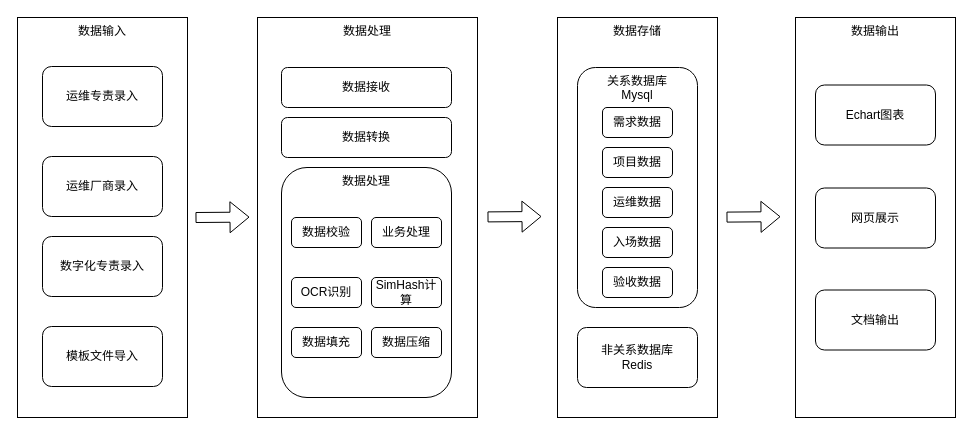
This is 信息运维数据架构.drawio from diaosinanshen/draw, a draw.io file, before an edit. Source tidied: cells renumbered, new cells numbered last; positions are measured from the earlier drawing's top-left corner, leaving out a move shared by most shapes. Both pictures are drawn from the tidied source at 100%, with x=0, y=0 at pixel (17, 17).
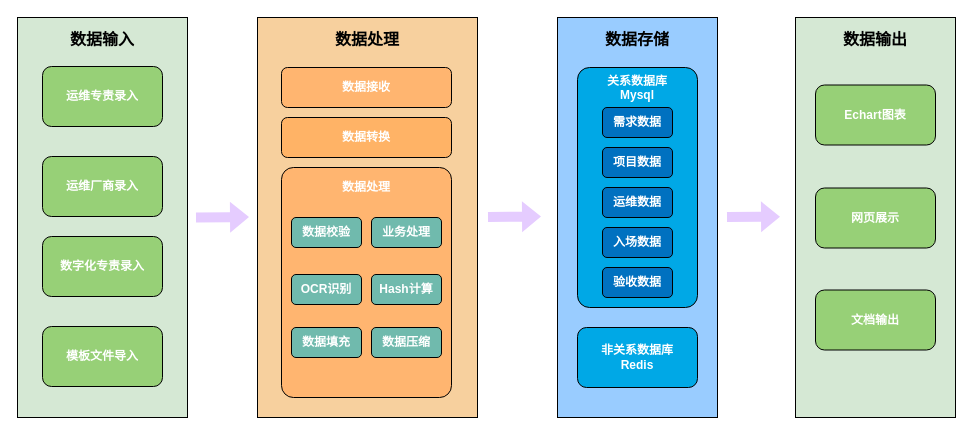
The same diagram, later.

Commit message:
更新信息运维数据架构.drawio

Change to the diagram source:
```diff
@@
-    <mxCell id="2" value="数据输入" style="rounded=0;whiteSpace=wrap;html=1;verticalAlign=top;" parent="1" vertex="1">
+    <mxCell id="2" value="数据输入" style="rounded=0;whiteSpace=wrap;html=1;verticalAlign=top;fillColor=#D5E8D4;fontColor=#000000;fontStyle=1;fontSize=16;spacingTop=6;" parent="1" vertex="1">
       <mxGeometry width="170" height="400" as="geometry" />
     </mxCell>
-    <mxCell id="3" value="运维专责录入" style="rounded=1;whiteSpace=wrap;html=1;" parent="1" vertex="1">
+    <mxCell id="3" value="运维专责录入" style="rounded=1;whiteSpace=wrap;html=1;fillColor=#97D077;labelBorderColor=none;fontColor=#FFFFFF;fontStyle=1;" parent="1" vertex="1">
       <mxGeometry x="25" y="49" width="120" height="60" as="geometry" />
     </mxCell>
-    <mxCell id="4" value="模板文件导入" style="rounded=1;whiteSpace=wrap;html=1;" parent="1" vertex="1">
+    <mxCell id="4" value="模板文件导入" style="rounded=1;whiteSpace=wrap;html=1;fillColor=#97D077;labelBorderColor=none;fontColor=#FFFFFF;fontStyle=1;" parent="1" vertex="1">
       <mxGeometry x="25" y="309" width="120" height="60" as="geometry" />
     </mxCell>
-    <mxCell id="5" value="数据处理" style="rounded=0;whiteSpace=wrap;html=1;verticalAlign=top;" parent="1" vertex="1">
+    <mxCell id="5" value="数据处理" style="rounded=0;whiteSpace=wrap;html=1;verticalAlign=top;fillColor=#F7D09E;fontColor=#000000;fontStyle=1;fontSize=16;spacingTop=6;" parent="1" vertex="1">
       <mxGeometry x="240" width="220" height="400" as="geometry" />
     </mxCell>
-    <mxCell id="6" value="数据存储" style="rounded=0;whiteSpace=wrap;html=1;verticalAlign=top;" parent="1" vertex="1">
+    <mxCell id="6" value="数据存储" style="rounded=0;whiteSpace=wrap;html=1;verticalAlign=top;fillColor=#99CCFF;fontColor=#000000;fontStyle=1;fontSize=16;spacingTop=6;" parent="1" vertex="1">
       <mxGeometry x="540" width="160" height="400" as="geometry" />
     </mxCell>
-    <mxCell id="7" value="关系数据库&lt;br&gt;Mysql" style="rounded=1;whiteSpace=wrap;html=1;verticalAlign=top;" parent="1" vertex="1">
+    <mxCell id="7" value="关系数据库&lt;br&gt;Mysql" style="rounded=1;whiteSpace=wrap;html=1;verticalAlign=top;fillColor=#00A8E6;fontColor=#FFFFFF;fontStyle=1;arcSize=10;" parent="1" vertex="1">
       <mxGeometry x="560" y="50" width="120" height="240" as="geometry" />
     </mxCell>
-    <mxCell id="8" value="非关系数据库&lt;br&gt;Redis" style="rounded=1;whiteSpace=wrap;html=1;" parent="1" vertex="1">
+    <mxCell id="8" value="非关系数据库&lt;br&gt;Redis" style="rounded=1;whiteSpace=wrap;html=1;fillColor=#00A8E6;fontColor=#FFFFFF;fontStyle=1;" parent="1" vertex="1">
       <mxGeometry x="560" y="310" width="120" height="60" as="geometry" />
     </mxCell>
-    <mxCell id="9" value="数据接收" style="rounded=1;whiteSpace=wrap;html=1;" parent="1" vertex="1">
+    <mxCell id="9" value="数据接收" style="rounded=1;whiteSpace=wrap;html=1;fillColor=#FFB570;fontColor=#FFFFFF;fontStyle=1;" parent="1" vertex="1">
       <mxGeometry x="264" y="50" width="170" height="40" as="geometry" />
     </mxCell>
-    <mxCell id="10" value="数据转换" style="rounded=1;whiteSpace=wrap;html=1;verticalAlign=middle;" parent="1" vertex="1">
+    <mxCell id="10" value="数据转换" style="rounded=1;whiteSpace=wrap;html=1;verticalAlign=middle;fillColor=#FFB366;fontColor=#FFFFFF;fontStyle=1;" parent="1" vertex="1">
       <mxGeometry x="264" y="100" width="170" height="40" as="geometry" />
     </mxCell>
-    <mxCell id="11" value="数据处理" style="rounded=1;whiteSpace=wrap;html=1;verticalAlign=top;" parent="1" vertex="1">
+    <mxCell id="11" value="数据处理" style="rounded=1;whiteSpace=wrap;html=1;verticalAlign=top;fillColor=#FFB570;fontColor=#FFFFFF;fontStyle=1;spacingTop=6;arcSize=7;" parent="1" vertex="1">
       <mxGeometry x="264" y="150" width="170" height="230" as="geometry" />
     </mxCell>
-    <mxCell id="12" style="shape=flexArrow;endArrow=classic;html=1;rounded=0;entryX=0;entryY=0.5;entryDx=0;entryDy=0;" parent="1" edge="1">
+    <mxCell id="12" style="shape=flexArrow;endArrow=classic;html=1;rounded=0;entryX=0;entryY=0.5;entryDx=0;entryDy=0;fontColor=#FFFFFF;fontStyle=1;strokeColor=none;fillColor=#E5CCFF;" parent="1" edge="1">
       <mxGeometry relative="1" as="geometry">
         <mxPoint x="178" y="200" as="sourcePoint" />
         <mxPoint x="232" y="199.6" as="targetPoint" />
       </mxGeometry>
     </mxCell>
-    <mxCell id="13" value="数据输出" style="rounded=0;whiteSpace=wrap;html=1;verticalAlign=top;" parent="1" vertex="1">
+    <mxCell id="13" value="数据输出" style="rounded=0;whiteSpace=wrap;html=1;verticalAlign=top;fillColor=#D5E8D4;fontColor=#000000;fontStyle=1;fontSize=16;spacingTop=6;" parent="1" vertex="1">
       <mxGeometry x="778" width="160" height="400" as="geometry" />
     </mxCell>
-    <mxCell id="14" value="Echart图表" style="rounded=1;whiteSpace=wrap;html=1;" parent="1" vertex="1">
+    <mxCell id="14" value="Echart图表" style="rounded=1;whiteSpace=wrap;html=1;fillColor=#97D077;fontColor=#FFFFFF;fontStyle=1;" parent="1" vertex="1">
       <mxGeometry x="798" y="67.5" width="120" height="60" as="geometry" />
     </mxCell>
-    <mxCell id="15" value="网页展示" style="rounded=1;whiteSpace=wrap;html=1;" parent="1" vertex="1">
+    <mxCell id="15" value="网页展示" style="rounded=1;whiteSpace=wrap;html=1;fillColor=#97D077;fontColor=#FFFFFF;fontStyle=1;" parent="1" vertex="1">
       <mxGeometry x="798" y="170.5" width="120" height="60" as="geometry" />
     </mxCell>
-    <mxCell id="16" value="文档输出" style="rounded=1;whiteSpace=wrap;html=1;" parent="1" vertex="1">
+    <mxCell id="16" value="文档输出" style="rounded=1;whiteSpace=wrap;html=1;fillColor=#97D077;fontColor=#FFFFFF;fontStyle=1;" parent="1" vertex="1">
       <mxGeometry x="798" y="272.5" width="120" height="60" as="geometry" />
     </mxCell>
-    <mxCell id="17" value="运维厂商录入" style="rounded=1;whiteSpace=wrap;html=1;" parent="1" vertex="1">
+    <mxCell id="17" value="运维厂商录入" style="rounded=1;whiteSpace=wrap;html=1;fillColor=#97D077;labelBorderColor=none;fontColor=#FFFFFF;fontStyle=1;" parent="1" vertex="1">
       <mxGeometry x="25" y="139" width="120" height="60" as="geometry" />
     </mxCell>
-    <mxCell id="18" value="数字化专责录入" style="rounded=1;whiteSpace=wrap;html=1;" parent="1" vertex="1">
+    <mxCell id="18" value="数字化专责录入" style="rounded=1;whiteSpace=wrap;html=1;fillColor=#97D077;labelBorderColor=none;fontColor=#FFFFFF;fontStyle=1;" parent="1" vertex="1">
       <mxGeometry x="25" y="219" width="120" height="60" as="geometry" />
     </mxCell>
-    <mxCell id="19" value="需求数据" style="rounded=1;whiteSpace=wrap;html=1;" parent="1" vertex="1">
+    <mxCell id="19" value="需求数据" style="rounded=1;whiteSpace=wrap;html=1;fillColor=#0071C0;fontColor=#FFFFFF;fontStyle=1;" parent="1" vertex="1">
       <mxGeometry x="585" y="90" width="70" height="30" as="geometry" />
     </mxCell>
-    <mxCell id="20" value="项目数据" style="rounded=1;whiteSpace=wrap;html=1;" parent="1" vertex="1">
+    <mxCell id="20" value="项目数据" style="rounded=1;whiteSpace=wrap;html=1;fillColor=#0071C0;fontColor=#FFFFFF;fontStyle=1;" parent="1" vertex="1">
       <mxGeometry x="585" y="130" width="70" height="30" as="geometry" />
     </mxCell>
-    <mxCell id="21" value="运维数据" style="rounded=1;whiteSpace=wrap;html=1;" parent="1" vertex="1">
+    <mxCell id="21" value="运维数据" style="rounded=1;whiteSpace=wrap;html=1;fillColor=#0071C0;fontColor=#FFFFFF;fontStyle=1;" parent="1" vertex="1">
       <mxGeometry x="585" y="170" width="70" height="30" as="geometry" />
     </mxCell>
-    <mxCell id="22" value="验收数据" style="rounded=1;whiteSpace=wrap;html=1;" parent="1" vertex="1">
+    <mxCell id="22" value="验收数据" style="rounded=1;whiteSpace=wrap;html=1;fillColor=#0071C0;fontColor=#FFFFFF;fontStyle=1;" parent="1" vertex="1">
       <mxGeometry x="585" y="250" width="70" height="30" as="geometry" />
     </mxCell>
-    <mxCell id="23" value="入场数据" style="rounded=1;whiteSpace=wrap;html=1;" parent="1" vertex="1">
+    <mxCell id="23" value="入场数据" style="rounded=1;whiteSpace=wrap;html=1;fillColor=#0071C0;fontColor=#FFFFFF;fontStyle=1;" parent="1" vertex="1">
       <mxGeometry x="585" y="210" width="70" height="30" as="geometry" />
     </mxCell>
-    <mxCell id="24" value="OCR识别" style="rounded=1;whiteSpace=wrap;html=1;" parent="1" vertex="1">
-      <mxGeometry x="274" y="260" width="70" height="30" as="geometry" />
+    <mxCell id="24" value="OCR识别" style="rounded=1;whiteSpace=wrap;html=1;fillColor=#70BAAD;fontColor=#FFFFFF;fontStyle=1;" parent="1" vertex="1">
+      <mxGeometry x="274" y="257" width="70" height="30" as="geometry" />
     </mxCell>
-    <mxCell id="25" value="SimHash计算" style="rounded=1;whiteSpace=wrap;html=1;" parent="1" vertex="1">
-      <mxGeometry x="354" y="260" width="70" height="30" as="geometry" />
+    <mxCell id="25" value="Hash计算" style="rounded=1;whiteSpace=wrap;html=1;fillColor=#70BAAD;fontColor=#FFFFFF;fontStyle=1;" parent="1" vertex="1">
+      <mxGeometry x="354" y="257" width="70" height="30" as="geometry" />
     </mxCell>
-    <mxCell id="26" value="数据校验" style="rounded=1;whiteSpace=wrap;html=1;" parent="1" vertex="1">
+    <mxCell id="26" value="数据校验" style="rounded=1;whiteSpace=wrap;html=1;fillColor=#70BAAD;fontColor=#FFFFFF;fontStyle=1;" parent="1" vertex="1">
       <mxGeometry x="274" y="200" width="70" height="30" as="geometry" />
     </mxCell>
-    <mxCell id="27" value="业务处理" style="rounded=1;whiteSpace=wrap;html=1;" parent="1" vertex="1">
+    <mxCell id="27" value="业务处理" style="rounded=1;whiteSpace=wrap;html=1;fillColor=#70BAAD;fontColor=#FFFFFF;fontStyle=1;" parent="1" vertex="1">
       <mxGeometry x="354" y="200" width="70" height="30" as="geometry" />
     </mxCell>
-    <mxCell id="28" value="数据压缩" style="rounded=1;whiteSpace=wrap;html=1;" parent="1" vertex="1">
+    <mxCell id="28" value="数据压缩" style="rounded=1;whiteSpace=wrap;html=1;fillColor=#70BAAD;fontColor=#FFFFFF;fontStyle=1;" parent="1" vertex="1">
       <mxGeometry x="354" y="310" width="70" height="30" as="geometry" />
     </mxCell>
-    <mxCell id="29" value="数据填充" style="rounded=1;whiteSpace=wrap;html=1;" parent="1" vertex="1">
+    <mxCell id="29" value="数据填充" style="rounded=1;whiteSpace=wrap;html=1;fillColor=#70BAAD;fontColor=#FFFFFF;fontStyle=1;" parent="1" vertex="1">
       <mxGeometry x="274" y="310" width="70" height="30" as="geometry" />
     </mxCell>
-    <mxCell id="30" style="shape=flexArrow;endArrow=classic;html=1;rounded=0;entryX=0;entryY=0.5;entryDx=0;entryDy=0;" parent="1" edge="1">
+    <mxCell id="30" style="shape=flexArrow;endArrow=classic;html=1;rounded=0;entryX=0;entryY=0.5;entryDx=0;entryDy=0;fontColor=#FFFFFF;fontStyle=1;strokeColor=none;fillColor=#E5CCFF;" parent="1" edge="1">
       <mxGeometry relative="1" as="geometry">
         <mxPoint x="470" y="199.4" as="sourcePoint" />
         <mxPoint x="524" y="199" as="targetPoint" />
       </mxGeometry>
     </mxCell>
-    <mxCell id="31" style="shape=flexArrow;endArrow=classic;html=1;rounded=0;entryX=0;entryY=0.5;entryDx=0;entryDy=0;" parent="1" edge="1">
+    <mxCell id="31" style="shape=flexArrow;endArrow=classic;html=1;rounded=0;entryX=0;entryY=0.5;entryDx=0;entryDy=0;fontColor=#FFFFFF;fontStyle=1;strokeColor=none;fillColor=#E5CCFF;" parent="1" edge="1">
       <mxGeometry relative="1" as="geometry">
         <mxPoint x="709" y="199.6" as="sourcePoint" />
         <mxPoint x="763" y="199.2" as="targetPoint" />
       </mxGeometry>
     </mxCell>
```
